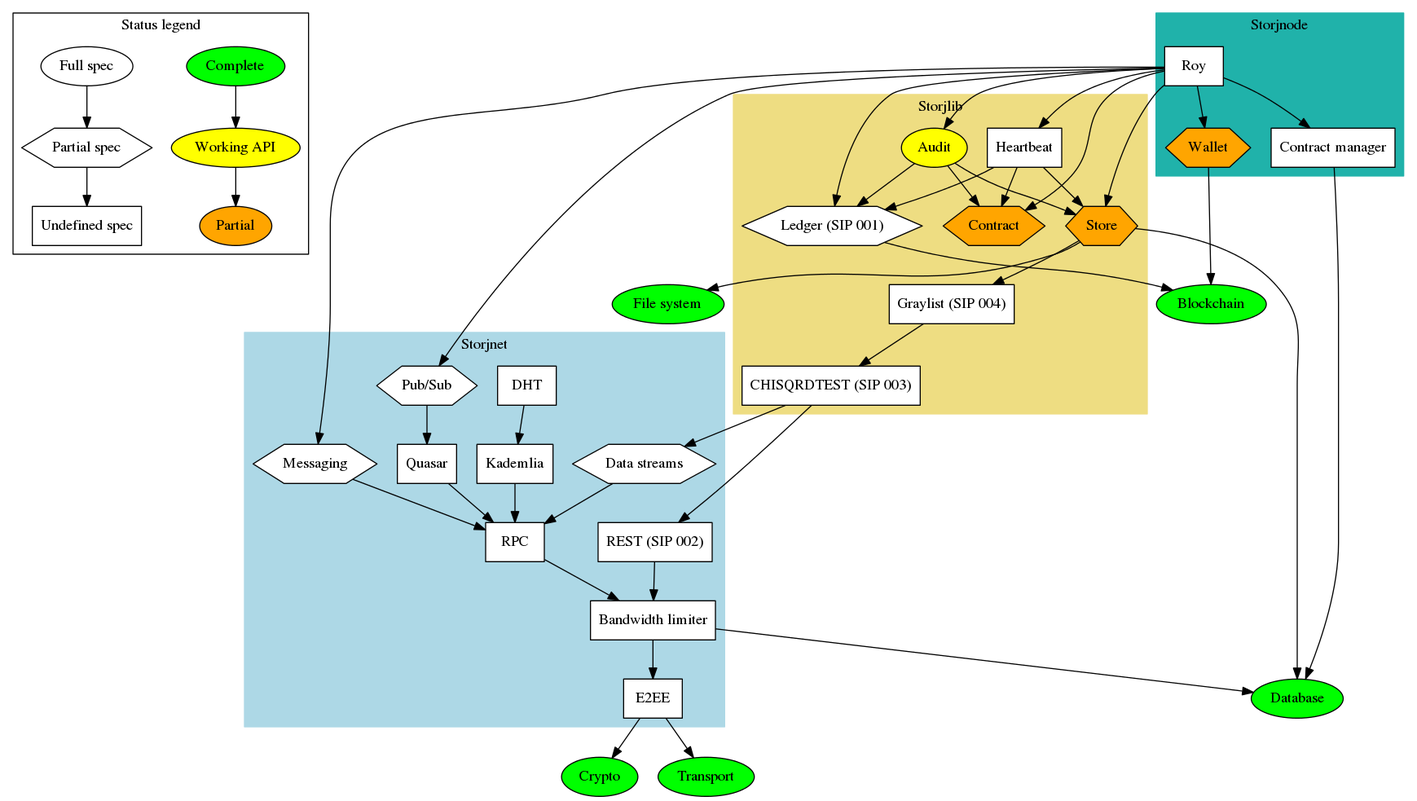
Before: status.png, a diagram exported from Graphviz (StorjOld/storjspec). Its source is kept beside it as status.dot.
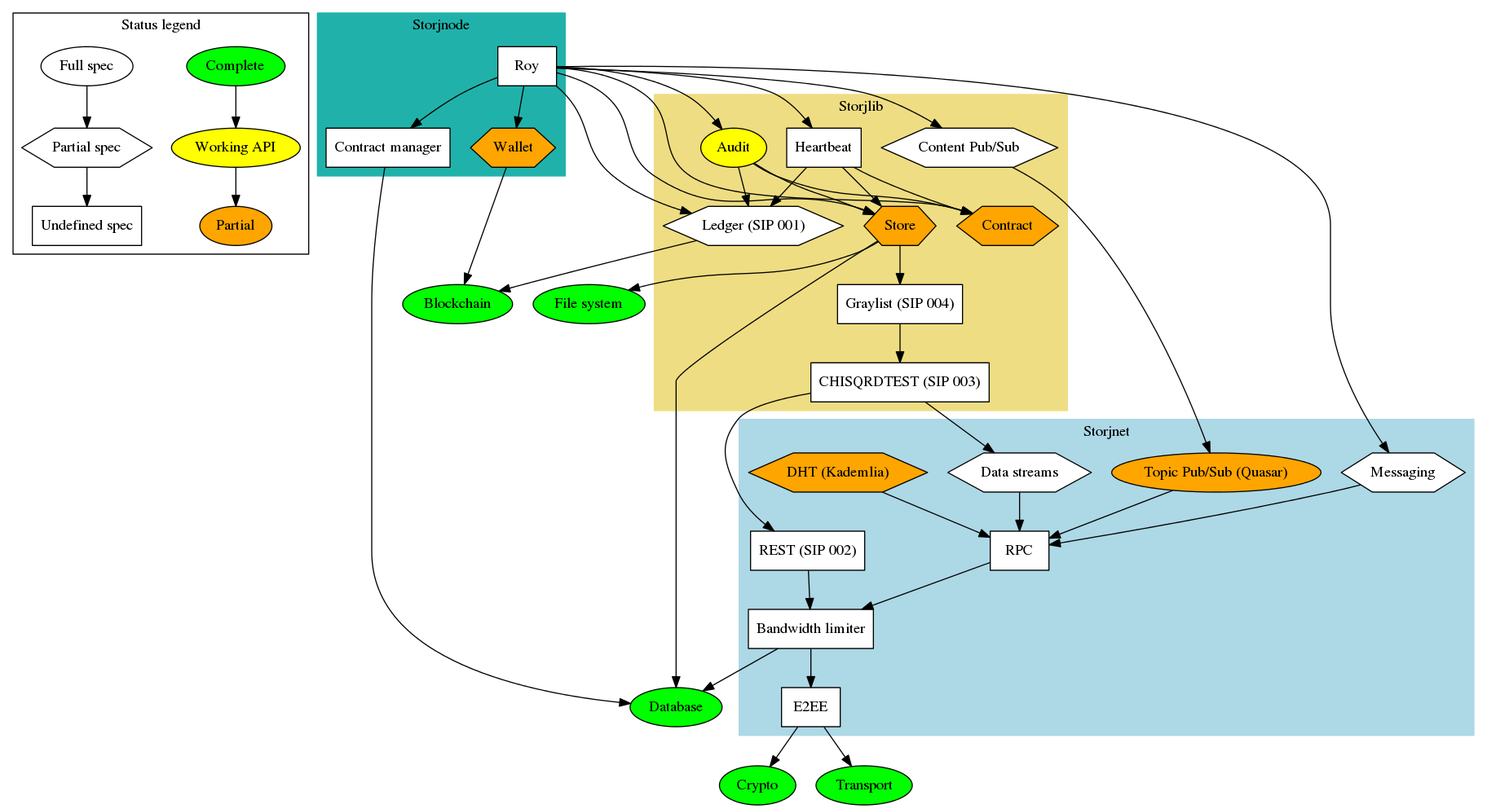
The same file after the commit.

Change to the diagram source:
```diff
@@ -23,19 +23,17 @@
         style=filled;
         color=lightblue;
 
-        "DHT";
-        "Pub/Sub" [shape=hexagon]; // enable publishing and subscribing to events
+        "DHT (Kademlia)" [fillcolor=orange, shape=hexagon];
+        "Topic Pub/Sub (Quasar)" [fillcolor=orange, shape=ellipse]; // enable publishing and subscribing to events
         "Data streams" [shape=hexagon]; // full duplex data transfer
         "Messaging" [shape=hexagon]; // to shortcut the pubsub after peer found
         "RPC"; // rpc calls and data transfer between clients
         "E2EE"; // End-to-end encryption
-        "Kademlia";
-        "Quasar";
         "Bandwidth limiter";
         "REST (SIP 002)"; // put/get shards
     };
-    "DHT" -> "Kademlia" -> "RPC";
-    "Pub/Sub" -> "Quasar" -> "RPC";
+    "DHT (Kademlia)" -> "RPC";
+    "Topic Pub/Sub (Quasar)" -> "RPC";
     "Messaging" -> "RPC";
     "Data streams" -> "RPC";
     "RPC" -> "Bandwidth limiter";
@@ -57,7 +55,9 @@
         "Ledger (SIP 001)" [shape=hexagon];
         "Graylist (SIP 004)";
         "CHISQRDTEST (SIP 003)";
+        "Content Pub/Sub" [shape=hexagon]; // enable publishing and subscribing to events
     };
+    "Content Pub/Sub" -> "Topic Pub/Sub (Quasar)";
     "Audit" -> "Contract"; // when/how to perform the audit
     "Audit" -> "Store"; // perform audit challange
     "Audit" -> "Ledger (SIP 001)"; // save result in ledger
@@ -84,13 +84,13 @@
     "Roy" -> "Contract manager";
     "Contract manager" -> "Database";
     "Wallet" -> "Blockchain";
+    "Roy" -> "Content Pub/Sub"; // ask/bid on contracts
     "Roy" -> "Messaging";
     "Roy" -> "Audit"; // perform audits
     "Roy" -> "Contract"; // verify agreed to use/provide a service
     "Roy" -> "Heartbeat";
     "Roy" -> "Ledger (SIP 001)"; // verify service was used/provided
     "Roy" -> "Wallet"; // transfer funds
-    "Roy" -> "Pub/Sub"; // ask/bid on contracts
     "Roy" -> "Store";
 
     "File system" [fillcolor=green, shape=ellipse];
```
